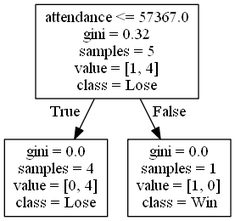
This is DecisionTrees/Pac-12decision_tree_no_score15.png from alexana-steck/CSE482Project, a Graphviz export, as it was before one commit. Its source is kept beside it as DecisionTrees/Pac-12decision_tree_no_score15.dot. Its diagram source:
```dot
digraph Tree {
node [shape=box] ;
0 [label="attendance <= 57367.0\ngini = 0.32\nsamples = 5\nvalue = [1, 4]\nclass = Lose"] ;
1 [label="gini = 0.0\nsamples = 4\nvalue = [0, 4]\nclass = Lose"] ;
0 -> 1 [labeldistance=2.5, labelangle=45, headlabel="True"] ;
2 [label="gini = 0.0\nsamples = 1\nvalue = [1, 0]\nclass = Win"] ;
0 -> 2 [labeldistance=2.5, labelangle=-45, headlabel="False"] ;
}
```
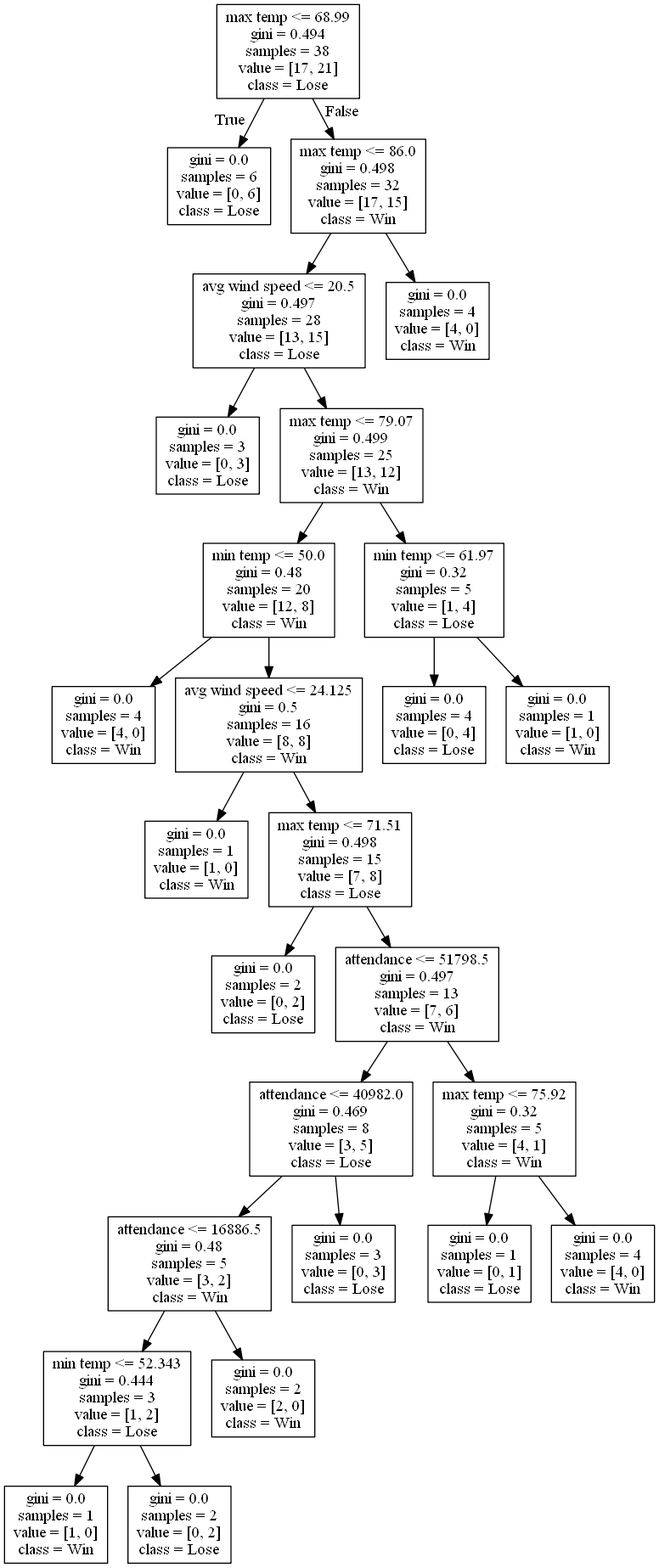
Above is the later version.

What changed in the source:
```diff
@@ -1,8 +1,56 @@
 digraph Tree {
 node [shape=box] ;
-0 [label="attendance <= 57367.0\ngini = 0.32\nsamples = 5\nvalue = [1, 4]\nclass = Lose"] ;
-1 [label="gini = 0.0\nsamples = 4\nvalue = [0, 4]\nclass = Lose"] ;
+0 [label="max temp <= 68.99\ngini = 0.494\nsamples = 38\nvalue = [17, 21]\nclass = Lose"] ;
+1 [label="gini = 0.0\nsamples = 6\nvalue = [0, 6]\nclass = Lose"] ;
 0 -> 1 [labeldistance=2.5, labelangle=45, headlabel="True"] ;
-2 [label="gini = 0.0\nsamples = 1\nvalue = [1, 0]\nclass = Win"] ;
+2 [label="max temp <= 86.0\ngini = 0.498\nsamples = 32\nvalue = [17, 15]\nclass = Win"] ;
 0 -> 2 [labeldistance=2.5, labelangle=-45, headlabel="False"] ;
+3 [label="avg wind speed <= 20.5\ngini = 0.497\nsamples = 28\nvalue = [13, 15]\nclass = Lose"] ;
+2 -> 3 ;
+4 [label="gini = 0.0\nsamples = 3\nvalue = [0, 3]\nclass = Lose"] ;
+3 -> 4 ;
+5 [label="max temp <= 79.07\ngini = 0.499\nsamples = 25\nvalue = [13, 12]\nclass = Win"] ;
+3 -> 5 ;
+6 [label="min temp <= 50.0\ngini = 0.48\nsamples = 20\nvalue = [12, 8]\nclass = Win"] ;
+5 -> 6 ;
+7 [label="gini = 0.0\nsamples = 4\nvalue = [4, 0]\nclass = Win"] ;
+6 -> 7 ;
+8 [label="avg wind speed <= 24.125\ngini = 0.5\nsamples = 16\nvalue = [8, 8]\nclass = Win"] ;
+6 -> 8 ;
+9 [label="gini = 0.0\nsamples = 1\nvalue = [1, 0]\nclass = Win"] ;
+8 -> 9 ;
+10 [label="max temp <= 71.51\ngini = 0.498\nsamples = 15\nvalue = [7, 8]\nclass = Lose"] ;
+8 -> 10 ;
+11 [label="gini = 0.0\nsamples = 2\nvalue = [0, 2]\nclass = Lose"] ;
+10 -> 11 ;
+12 [label="attendance <= 51798.5\ngini = 0.497\nsamples = 13\nvalue = [7, 6]\nclass = Win"] ;
+10 -> 12 ;
+13 [label="attendance <= 40982.0\ngini = 0.469\nsamples = 8\nvalue = [3, 5]\nclass = Lose"] ;
+12 -> 13 ;
+14 [label="attendance <= 16886.5\ngini = 0.48\nsamples = 5\nvalue = [3, 2]\nclass = Win"] ;
+13 -> 14 ;
+15 [label="min temp <= 52.343\ngini = 0.444\nsamples = 3\nvalue = [1, 2]\nclass = Lose"] ;
+14 -> 15 ;
+16 [label="gini = 0.0\nsamples = 1\nvalue = [1, 0]\nclass = Win"] ;
+15 -> 16 ;
+17 [label="gini = 0.0\nsamples = 2\nvalue = [0, 2]\nclass = Lose"] ;
+15 -> 17 ;
+18 [label="gini = 0.0\nsamples = 2\nvalue = [2, 0]\nclass = Win"] ;
+14 -> 18 ;
+19 [label="gini = 0.0\nsamples = 3\nvalue = [0, 3]\nclass = Lose"] ;
+13 -> 19 ;
+20 [label="max temp <= 75.92\ngini = 0.32\nsamples = 5\nvalue = [4, 1]\nclass = Win"] ;
+12 -> 20 ;
+21 [label="gini = 0.0\nsamples = 1\nvalue = [0, 1]\nclass = Lose"] ;
+20 -> 21 ;
+22 [label="gini = 0.0\nsamples = 4\nvalue = [4, 0]\nclass = Win"] ;
+20 -> 22 ;
+23 [label="min temp <= 61.97\ngini = 0.32\nsamples = 5\nvalue = [1, 4]\nclass = Lose"] ;
+5 -> 23 ;
+24 [label="gini = 0.0\nsamples = 4\nvalue = [0, 4]\nclass = Lose"] ;
+23 -> 24 ;
+25 [label="gini = 0.0\nsamples = 1\nvalue = [1, 0]\nclass = Win"] ;
+23 -> 25 ;
+26 [label="gini = 0.0\nsamples = 4\nvalue = [4, 0]\nclass = Win"] ;
+2 -> 26 ;
 }
```
